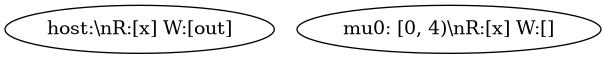
Before: out/range_carry_pre.png, a diagram exported from Graphviz (Servyi-Agent/pypto-symir). Its source is kept beside it as out/range_carry_pre.dot. The source it was exported from:
```dot
digraph {
    0 [ label = "host:\\nR:[x] W:[out]" ]
    1 [ label = "mu0: [0, 4)\\nR:[x] W:[]" ]
}
```
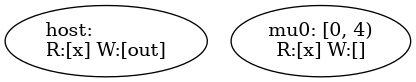
Later version of the same file.

The edit, as a diff of the source:
```diff
@@ -1,4 +1,4 @@
 digraph {
-    0 [ label = "host:\\nR:[x] W:[out]" ]
-    1 [ label = "mu0: [0, 4)\\nR:[x] W:[]" ]
+    0 [ label = "host:\lR:[x] W:[out]" ]
+    1 [ label = "mu0: [0, 4)\lR:[x] W:[]" ]
 }
```
